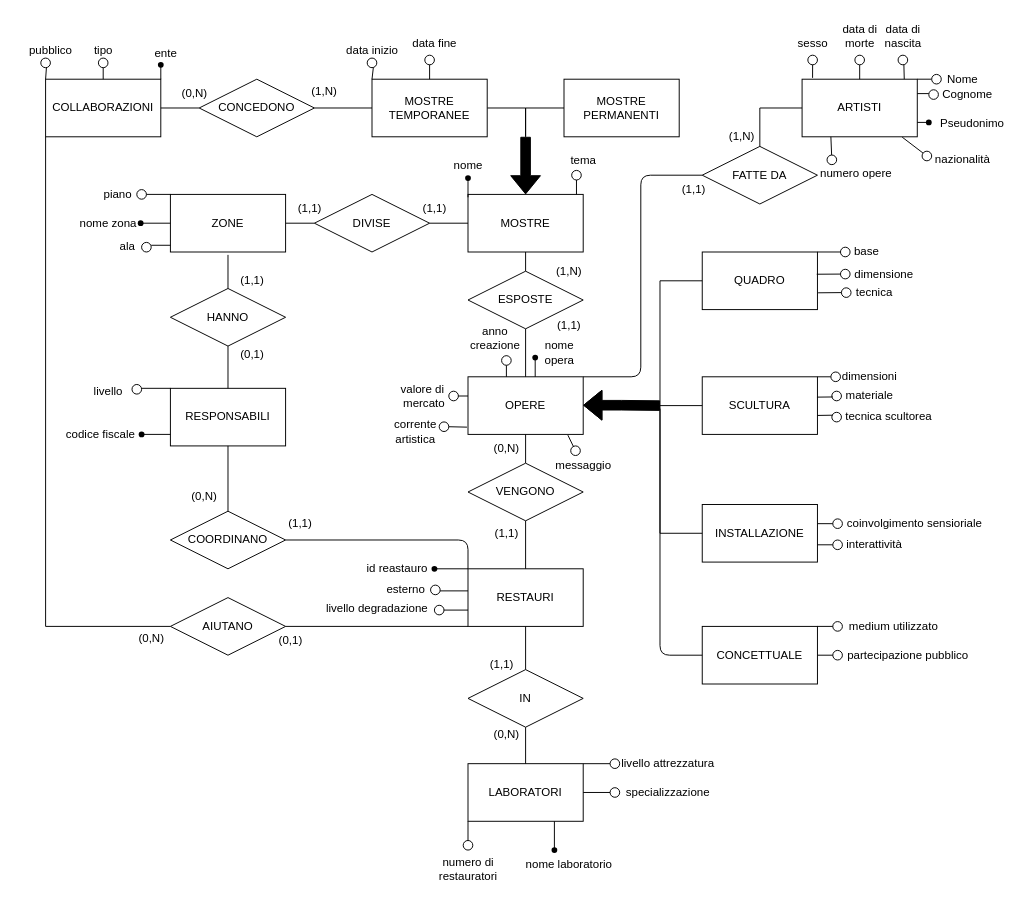
Earlier version of the draw.io diagram Museo.drawio (ColdBerri/Database-Unipd-2025). Source tidied: cells renumbered, new cells numbered last; positions are measured from the earlier drawing's top-left corner, leaving out a move shared by most shapes. Both pictures are drawn from the tidied source at 96%, with x=0, y=0 at pixel (16, 16).
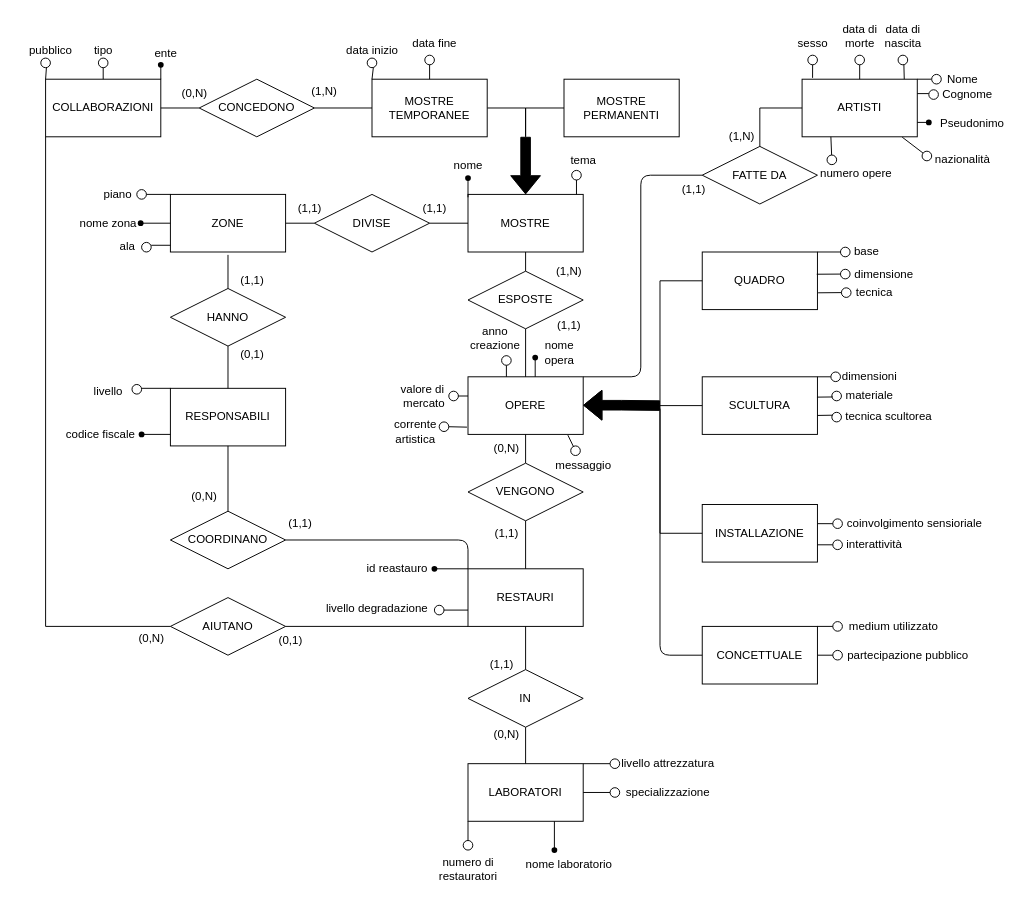
The same diagram, later.

The edit, as a diff of the source:
```diff
@@
-    <mxCell id="163" style="endArrow=none;html=1;" parent="1" edge="1">
-      <mxGeometry relative="1" as="geometry">
-        <mxPoint x="440" y="598" as="sourcePoint" />
-        <mxPoint x="470" y="598" as="targetPoint" />
-      </mxGeometry>
-    </mxCell>
-    <mxCell id="164" style="ellipse;whiteSpace=wrap;html=1;" parent="1" vertex="1">
-      <mxGeometry x="431" y="592" width="10" height="10" as="geometry" />
-    </mxCell>
@@
-    <mxCell id="168" value="esterno" style="text;html=1;align=center;verticalAlign=middle;strokeColor=none;fillColor=none;" parent="1" vertex="1">
-      <mxGeometry x="375" y="582" width="60" height="30" as="geometry" />
-    </mxCell>
```
